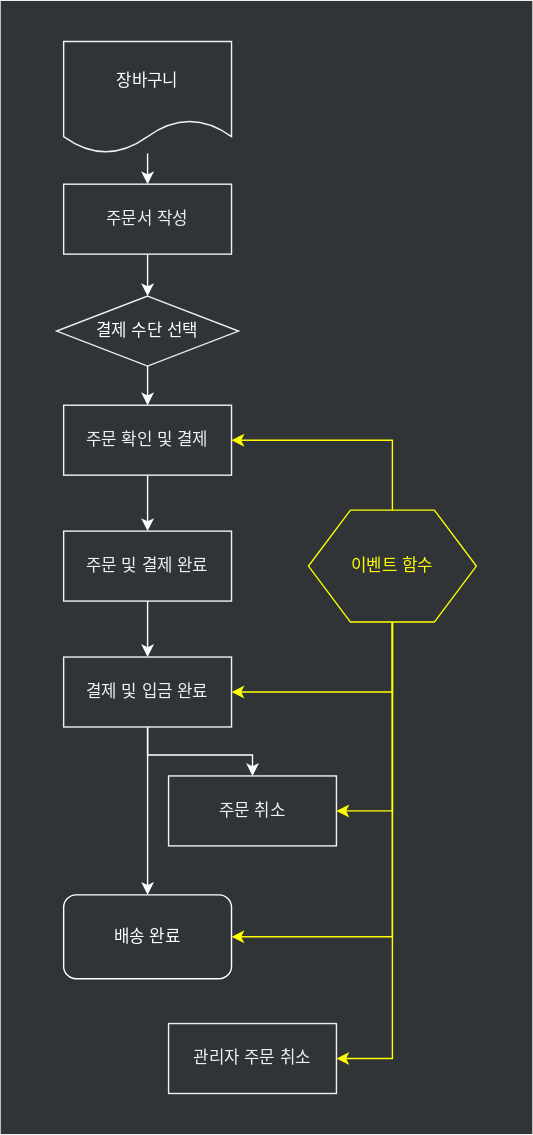
jiholee-ntwglobal/jiholee-ntwglobal.github.io keeps this draw.io diagram as assets/.draw.io/documents/ople-promotion-flow.svg. Above is the earlier version. Source tidied: cells renumbered, new cells last; positions are measured from the earlier drawing's top-left corner, leaving out a move shared by most shapes.
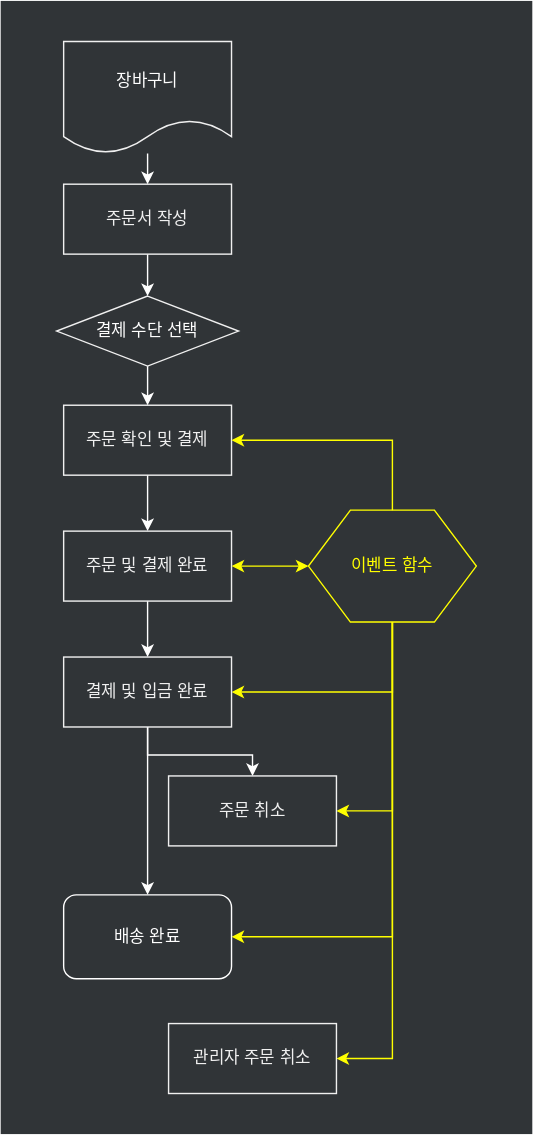
After the change.

The edit, as a diff of the source:
```diff
@@ -90,6 +90,9 @@
     <mxCell id="22" style="edgeStyle=orthogonalEdgeStyle;rounded=0;jettySize=auto;html=1;entryX=1;entryY=0.5;entryDx=0;entryDy=0;strokeColor=#FFFF00;" parent="1" edge="1" source="23" target="24">
       <mxGeometry relative="1" as="geometry" />
     </mxCell>
+    <mxCell id="25" style="edgeStyle=orthogonalEdgeStyle;rounded=0;jettySize=auto;html=1;entryX=1;entryY=0.5;entryDx=0;entryDy=0;startArrow=classic;startFill=1;strokeColor=#FFFF00;" parent="1" edge="1" source="23" target="16">
+      <mxGeometry relative="1" as="geometry" />
+    </mxCell>
     <mxCell id="23" value="&lt;font&gt;이벤트 함수&lt;/font&gt;" style="shape=hexagon;perimeter=hexagonPerimeter2;whiteSpace=wrap;html=1;rounded=0;strokeColor=#FFFF00;fillColor=none;fontColor=#FFFF00;" parent="1" vertex="1">
       <mxGeometry x="220" y="364" width="120" height="80" as="geometry" />
     </mxCell>
```
